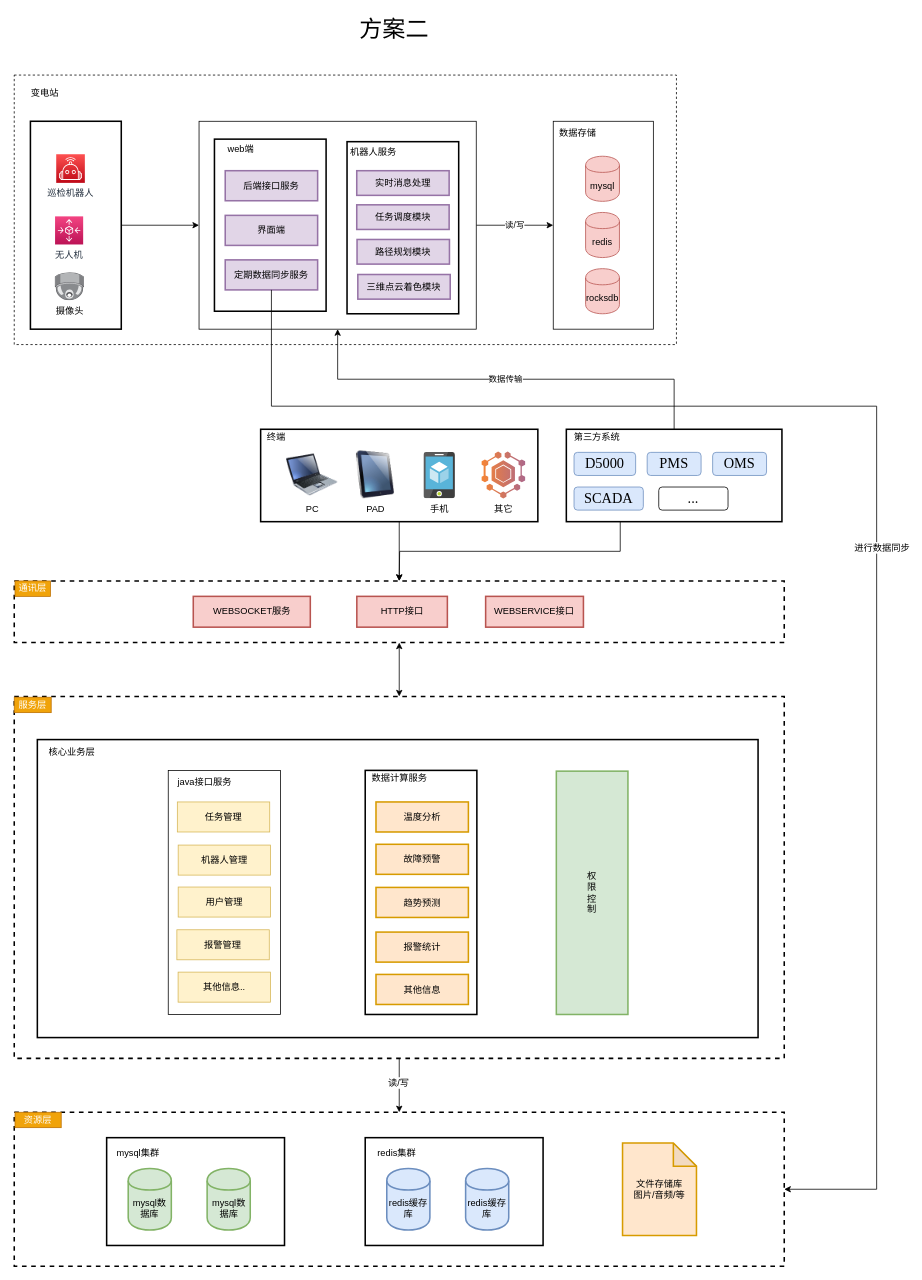
Above: ydrobot-framework-v2.1.drawio in wangyufei0807/draw (draw.io), before the change. Source tidied: cells renumbered, new cells numbered last; positions are measured from the earlier drawing's top-left corner, leaving out a move shared by most shapes. Both pictures are drawn from the tidied source at 77%, with x=0, y=0 at pixel (14, 13).
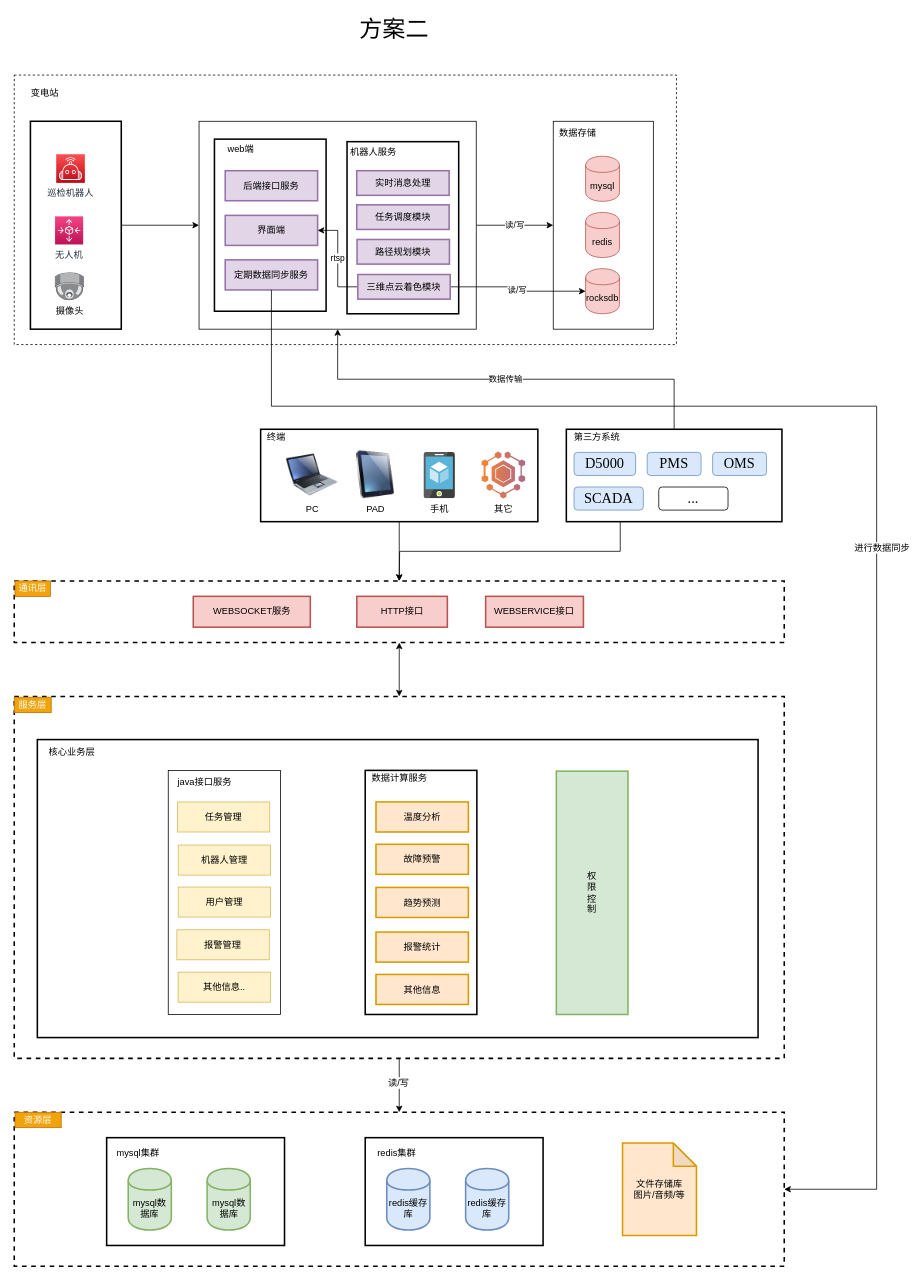
The same page after the edit.

The change refers to these unchanged cells:
```xml
<mxCell id="75" value="界面端" style="rounded=0;whiteSpace=wrap;html=1;labelBackgroundColor=none;strokeWidth=2;fillColor=#e1d5e7;strokeColor=#9673a6;" parent="1" vertex="1">
  <mxGeometry x="274" y="262.2" width="120" height="39" as="geometry" />
</mxCell>
<mxCell id="81" value="rocksdb" style="shape=cylinder;whiteSpace=wrap;html=1;boundedLbl=1;backgroundOutline=1;fillColor=#f8cecc;strokeColor=#b85450;" parent="1" vertex="1">
  <mxGeometry x="742" y="331.4" width="44" height="58.6" as="geometry" />
</mxCell>
<mxCell id="83" value="三维点云着色模块" style="rounded=0;whiteSpace=wrap;html=1;labelBackgroundColor=none;strokeWidth=2;fillColor=#e1d5e7;strokeColor=#9673a6;" parent="1" vertex="1">
  <mxGeometry x="446.2" y="339" width="120" height="32" as="geometry" />
</mxCell>
```

Change to the diagram source:
```diff
@@
+    <mxCell id="84" style="edgeStyle=orthogonalEdgeStyle;rounded=0;jettySize=auto;html=1;exitX=1;exitY=0.5;exitDx=0;exitDy=0;" parent="1" edge="1" source="83" target="81">
+      <mxGeometry relative="1" as="geometry" />
+    </mxCell>
+    <mxCell id="85" value="读/写" style="edgeLabel;html=1;align=center;verticalAlign=middle;" parent="84" vertex="1">
+      <mxGeometry y="-2" relative="1" as="geometry" />
+    </mxCell>
+    <mxCell id="86" value="rtsp" style="edgeStyle=orthogonalEdgeStyle;rounded=0;jettySize=auto;html=1;exitX=0;exitY=0.5;exitDx=0;exitDy=0;entryX=1;entryY=0.5;entryDx=0;entryDy=0;" parent="1" edge="1" source="83" target="75">
+      <mxGeometry relative="1" as="geometry" />
+    </mxCell>
```
